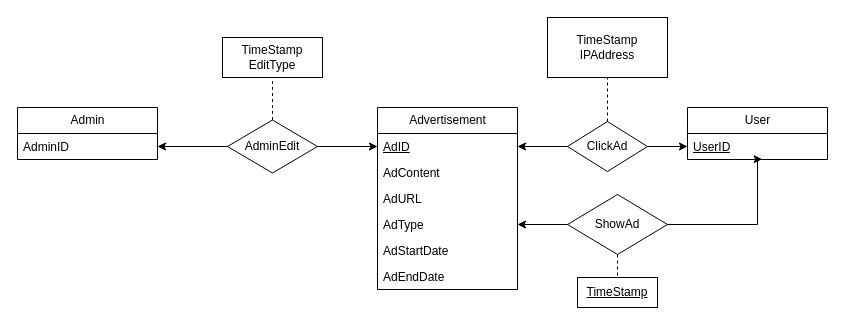
This is Resource/drawios/hjxGroup/广告模块E-R图.drawio from LucasFrancis23213/DatabaseCourseDesign, a draw.io file, before an edit. Source tidied: cells renumbered, new cells numbered last; positions are measured from the earlier drawing's top-left corner, leaving out a move shared by most shapes. Both pictures are drawn from the tidied source at 100%, with x=0, y=0 at pixel (17, 17).
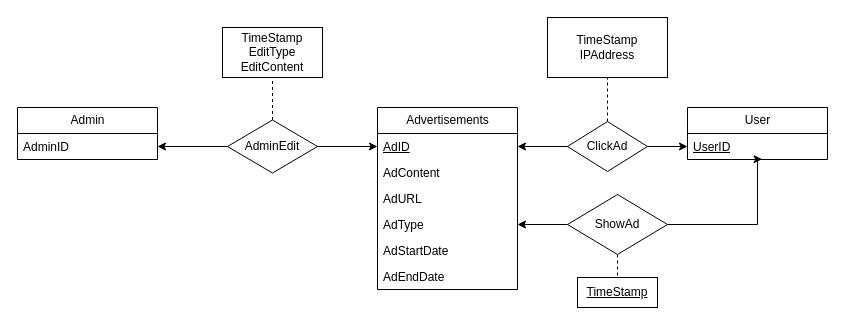
The same page after the edit.

Commit message (it also covers changes not shown here):
1. 修改VIP、广告模块E-R图 2. 撰写VIP、广告模块的数据库设计文档，包括功能数据需求部分、数据库表部分。

The edit, as a diff of the source:
```diff
@@
-    <mxCell id="2" value="Advertisement" style="swimlane;fontStyle=0;horizontal=1;startSize=26;fillColor=none;html=1;" parent="1" vertex="1">
+    <mxCell id="2" value="Advertisements" style="swimlane;fontStyle=0;horizontal=1;startSize=26;fillColor=none;html=1;" parent="1" vertex="1">
       <mxGeometry x="360" y="90" width="140" height="182" as="geometry" />
     </mxCell>
@@
-    <mxCell id="24" value="TimeStamp&lt;br&gt;EditType" style="rounded=0;whiteSpace=wrap;html=1;" parent="1" vertex="1">
-      <mxGeometry x="205" y="20" width="100" height="40" as="geometry" />
+    <mxCell id="24" value="TimeStamp&lt;br&gt;EditType&lt;br&gt;EditContent" style="rounded=0;whiteSpace=wrap;html=1;" parent="1" vertex="1">
+      <mxGeometry x="205" y="10" width="100" height="50" as="geometry" />
     </mxCell>
```
